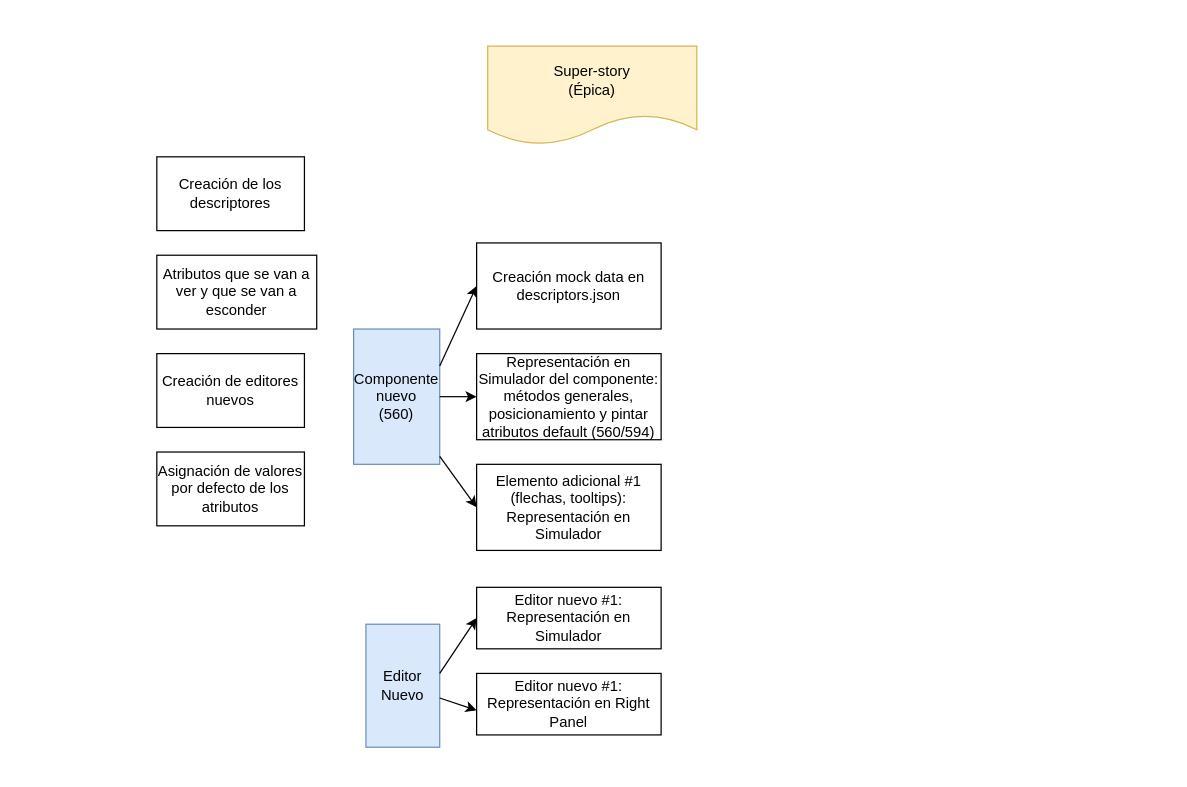
Before: Untitled Diagram.drawio in mariapazmp/organizational-diagrams, a draw.io diagram. Source tidied: cells renumbered, new cells numbered last; positions are measured from the earlier drawing's top-left corner, leaving out a move shared by most shapes. Both pictures are drawn from the tidied source at 123%, with x=0, y=0 at pixel (156, 46).
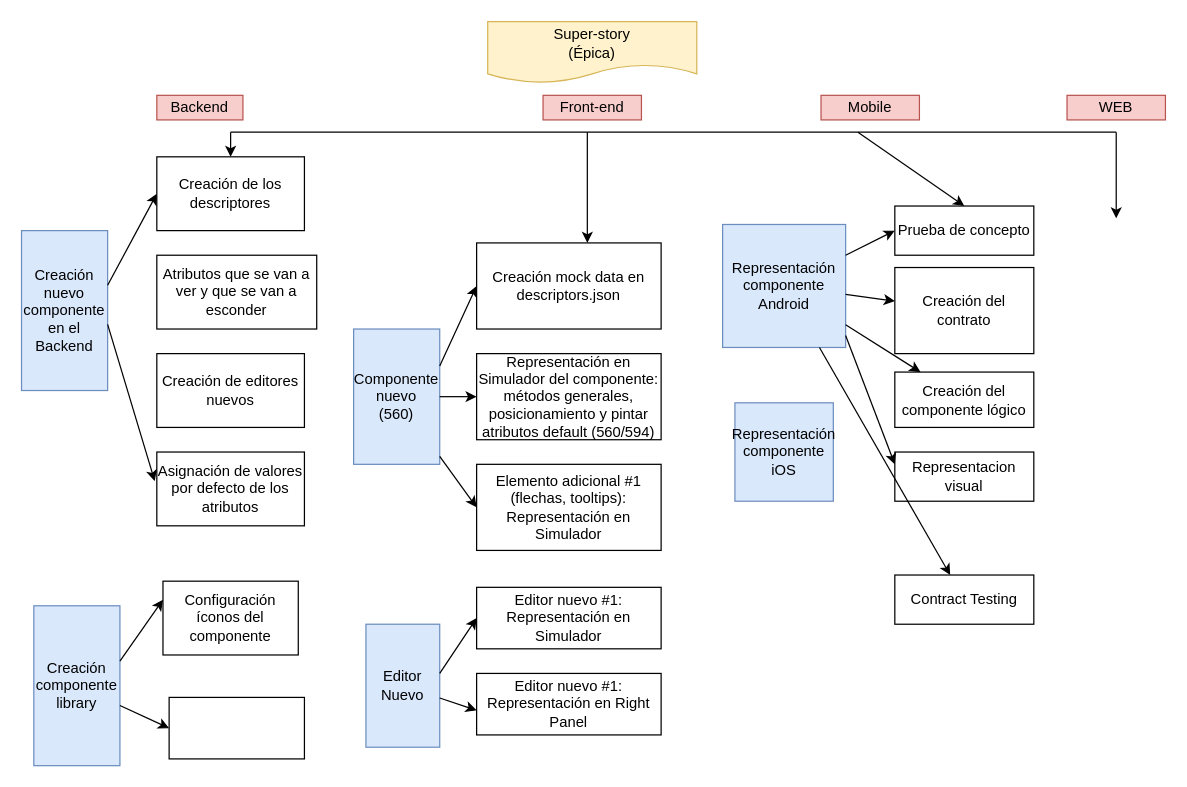
Above is the later version.

Commit message:
adding sub-task for mobile dev flow

The change refers to these unchanged cells:
```xml
<mxCell id="2" value="Creación mock data en descriptors.json" style="rounded=0;whiteSpace=wrap;html=1;" parent="1" vertex="1">
  <mxGeometry x="260" y="160" width="150" height="70" as="geometry" />
</mxCell>
<mxCell id="8" value="&lt;p style=&quot;line-height: 120%&quot;&gt;Asignación de valores por defecto de los atributos&lt;/p&gt;" style="rounded=0;whiteSpace=wrap;html=1;" parent="1" vertex="1">
  <mxGeometry y="330" width="120" height="60" as="geometry" />
</mxCell>
<mxCell id="9" value="Creación de los descriptores" style="rounded=0;whiteSpace=wrap;html=1;" parent="1" vertex="1">
  <mxGeometry y="90" width="120" height="60" as="geometry" />
</mxCell>
```

What changed in the source:
```diff
@@
     <mxCell id="3" value="Super-story&lt;br&gt;(Épica)" style="shape=document;whiteSpace=wrap;html=1;boundedLbl=1;fillColor=#fff2cc;strokeColor=#d6b656;" parent="1" vertex="1">
-      <mxGeometry x="269" width="170" height="80" as="geometry" />
+      <mxGeometry x="269" y="-20" width="170" height="50" as="geometry" />
     </mxCell>
@@
+    <mxCell id="19" style="endArrow=none;html=1;" parent="1" edge="1">
+      <mxGeometry relative="1" as="geometry">
+        <mxPoint x="60" y="70" as="sourcePoint" />
+        <mxPoint x="780" y="70" as="targetPoint" />
+      </mxGeometry>
+    </mxCell>
+    <mxCell id="20" style="endArrow=classic;html=1;entryX=0.5;entryY=0;entryDx=0;entryDy=0;" parent="1" edge="1" target="9">
+      <mxGeometry relative="1" as="geometry">
+        <mxPoint x="60" y="70" as="sourcePoint" />
+      </mxGeometry>
+    </mxCell>
+    <mxCell id="21" style="endArrow=classic;html=1;entryX=0.6;entryY=0;entryDx=0;entryDy=0;entryPerimeter=0;" parent="1" edge="1" target="2">
+      <mxGeometry relative="1" as="geometry">
+        <mxPoint x="350" y="70" as="sourcePoint" />
+      </mxGeometry>
+    </mxCell>
+    <mxCell id="22" value="Backend" style="text;html=1;strokeColor=#b85450;fillColor=#f8cecc;align=center;verticalAlign=middle;whiteSpace=wrap;rounded=0;" parent="1" vertex="1">
+      <mxGeometry y="40" width="70" height="20" as="geometry" />
+    </mxCell>
+    <mxCell id="23" value="Creación nuevo componente en el Backend" style="rounded=0;whiteSpace=wrap;html=1;fillColor=#dae8fc;strokeColor=#6c8ebf;" parent="1" vertex="1">
+      <mxGeometry x="-110" y="150" width="70" height="130" as="geometry" />
+    </mxCell>
+    <mxCell id="24" value="Creación componente library" style="rounded=0;whiteSpace=wrap;html=1;fillColor=#dae8fc;strokeColor=#6c8ebf;" parent="1" vertex="1">
+      <mxGeometry x="-100" y="455" width="70" height="130" as="geometry" />
+    </mxCell>
+    <mxCell id="25" value="Configuración íconos del componente" style="rounded=0;whiteSpace=wrap;html=1;" parent="1" vertex="1">
+      <mxGeometry x="5" y="435" width="110" height="60" as="geometry" />
+    </mxCell>
+    <mxCell id="26" style="rounded=0;whiteSpace=wrap;html=1;" parent="1" vertex="1">
+      <mxGeometry x="10" y="529.5" width="110" height="50" as="geometry" />
+    </mxCell>
+    <mxCell id="27" style="endArrow=classic;html=1;entryX=-0.014;entryY=0.394;entryDx=0;entryDy=0;entryPerimeter=0;exitX=1;exitY=0.586;exitDx=0;exitDy=0;exitPerimeter=0;" parent="1" edge="1" source="23" target="8">
+      <mxGeometry relative="1" as="geometry" />
+    </mxCell>
+    <mxCell id="28" style="endArrow=classic;html=1;entryX=0;entryY=0.5;entryDx=0;entryDy=0;exitX=1;exitY=0.342;exitDx=0;exitDy=0;exitPerimeter=0;" parent="1" edge="1" source="23" target="9">
+      <mxGeometry relative="1" as="geometry" />
+    </mxCell>
+    <mxCell id="29" style="endArrow=classic;html=1;entryX=0;entryY=0.25;entryDx=0;entryDy=0;" parent="1" edge="1" target="25">
+      <mxGeometry relative="1" as="geometry">
+        <mxPoint x="-30" y="500" as="sourcePoint" />
+      </mxGeometry>
+    </mxCell>
+    <mxCell id="30" style="endArrow=classic;html=1;entryX=0;entryY=0.5;entryDx=0;entryDy=0;" parent="1" edge="1" source="24" target="26">
+      <mxGeometry relative="1" as="geometry" />
+    </mxCell>
+    <mxCell id="31" value="Front-end" style="text;html=1;strokeColor=#b85450;fillColor=#f8cecc;align=center;verticalAlign=middle;whiteSpace=wrap;rounded=0;" parent="1" vertex="1">
+      <mxGeometry x="314" y="40" width="80" height="20" as="geometry" />
+    </mxCell>
+    <mxCell id="32" value="Mobile" style="text;html=1;strokeColor=#b85450;fillColor=#f8cecc;align=center;verticalAlign=middle;whiteSpace=wrap;rounded=0;" parent="1" vertex="1">
+      <mxGeometry x="540" y="40" width="80" height="20" as="geometry" />
+    </mxCell>
+    <mxCell id="33" value="Representación componente Android" style="whiteSpace=wrap;html=1;fillColor=#dae8fc;strokeColor=#6c8ebf;" parent="1" vertex="1">
+      <mxGeometry x="460" y="145" width="100" height="100" as="geometry" />
+    </mxCell>
+    <mxCell id="34" value="Representación componente iOS" style="whiteSpace=wrap;html=1;fillColor=#dae8fc;strokeColor=#6c8ebf;" parent="1" vertex="1">
+      <mxGeometry x="470" y="290" width="80" height="80" as="geometry" />
+    </mxCell>
+    <mxCell id="35" value="WEB" style="text;html=1;strokeColor=#b85450;fillColor=#f8cecc;align=center;verticalAlign=middle;whiteSpace=wrap;rounded=0;" parent="1" vertex="1">
+      <mxGeometry x="740" y="40" width="80" height="20" as="geometry" />
+    </mxCell>
+    <mxCell id="36" style="endArrow=classic;html=1;entryX=0.5;entryY=0;entryDx=0;entryDy=0;" parent="1" edge="1" target="38">
+      <mxGeometry relative="1" as="geometry">
+        <mxPoint x="570" y="70" as="sourcePoint" />
+      </mxGeometry>
+    </mxCell>
+    <mxCell id="37" style="endArrow=classic;html=1;" parent="1" edge="1">
+      <mxGeometry relative="1" as="geometry">
+        <mxPoint x="780" y="70" as="sourcePoint" />
+        <mxPoint x="780" y="140" as="targetPoint" />
+      </mxGeometry>
+    </mxCell>
+    <mxCell id="38" value="Prueba de concepto" style="rounded=0;whiteSpace=wrap;html=1;" parent="1" vertex="1">
+      <mxGeometry x="600" y="130" width="113" height="40" as="geometry" />
+    </mxCell>
+    <mxCell id="39" value="Creación del contrato" style="rounded=0;whiteSpace=wrap;html=1;" parent="1" vertex="1">
+      <mxGeometry x="600" y="180" width="113" height="70" as="geometry" />
+    </mxCell>
+    <mxCell id="40" value="Creación del componente lógico" style="rounded=0;whiteSpace=wrap;html=1;" parent="1" vertex="1">
+      <mxGeometry x="600" y="265" width="113" height="45" as="geometry" />
+    </mxCell>
+    <mxCell id="41" value="Representacion visual" style="rounded=0;whiteSpace=wrap;html=1;" parent="1" vertex="1">
+      <mxGeometry x="600" y="330" width="113" height="40" as="geometry" />
+    </mxCell>
+    <mxCell id="42" value="Contract Testing" style="rounded=0;whiteSpace=wrap;html=1;" parent="1" vertex="1">
+      <mxGeometry x="600" y="430" width="113" height="40" as="geometry" />
+    </mxCell>
+    <mxCell id="43" style="endArrow=classic;html=1;entryX=0;entryY=0.5;entryDx=0;entryDy=0;" parent="1" edge="1" source="33" target="38">
+      <mxGeometry relative="1" as="geometry" />
+    </mxCell>
+    <mxCell id="44" style="endArrow=classic;html=1;" parent="1" edge="1" source="33" target="39">
+      <mxGeometry relative="1" as="geometry" />
+    </mxCell>
+    <mxCell id="45" style="endArrow=classic;html=1;" parent="1" edge="1" source="33" target="40">
+      <mxGeometry relative="1" as="geometry" />
+    </mxCell>
+    <mxCell id="46" style="endArrow=classic;html=1;entryX=0;entryY=0.25;entryDx=0;entryDy=0;exitX=1;exitY=0.903;exitDx=0;exitDy=0;exitPerimeter=0;" parent="1" edge="1" source="33" target="41">
+      <mxGeometry relative="1" as="geometry" />
+    </mxCell>
+    <mxCell id="47" style="endArrow=classic;html=1;" parent="1" edge="1" source="33" target="42">
+      <mxGeometry relative="1" as="geometry" />
+    </mxCell>
```
